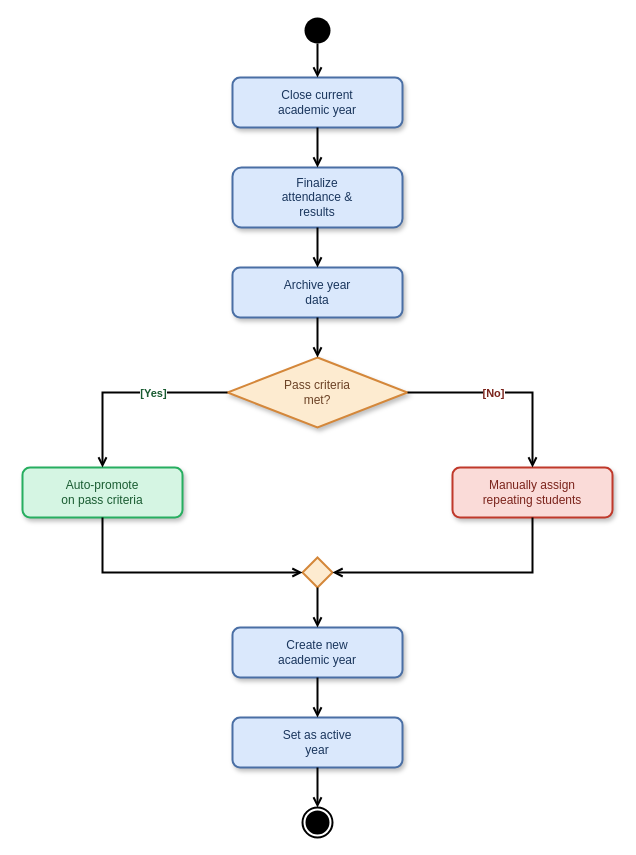
Before: design/activity-diagrams/academic-year-activity.drawio in blissed-out/cse_220_week_8, a draw.io diagram. Source tidied: cells renumbered, new cells numbered last; positions are measured from the earlier drawing's top-left corner, leaving out a move shared by most shapes. Both pictures are drawn from the tidied source at 100%, with x=0, y=0 at pixel (22, 17).
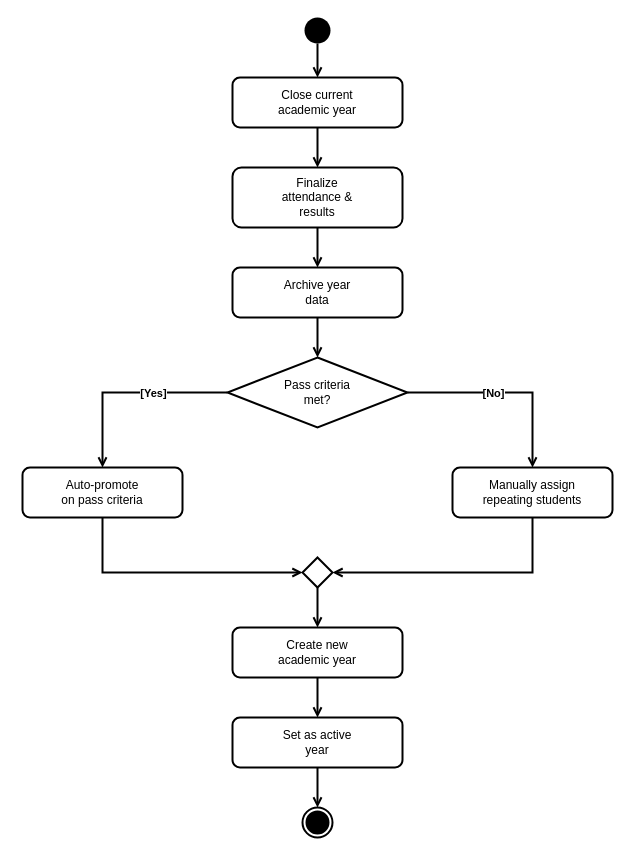
The same diagram, later.

The edit, as a diff of the source:
```diff
@@
-    <mxCell id="3" value="Close current&#10;academic year" style="rounded=1;whiteSpace=wrap;html=1;fillColor=#DAE8FC;strokeColor=#4A6FA5;fontSize=12;shadow=1;strokeWidth=2;fontColor=#1A365D;" parent="1" vertex="1">
+    <mxCell id="3" value="Close current&#10;academic year" style="rounded=1;whiteSpace=wrap;html=1;fillColor=#ffffff;strokeColor=#000000;fontSize=12;strokeWidth=2;fontColor=#000000;" parent="1" vertex="1">
       <mxGeometry x="210" y="60" width="170" height="50" as="geometry" />
     </mxCell>
-    <mxCell id="4" value="Finalize&#10;attendance &amp;&#10;results" style="rounded=1;whiteSpace=wrap;html=1;fillColor=#DAE8FC;strokeColor=#4A6FA5;fontSize=12;shadow=1;strokeWidth=2;fontColor=#1A365D;" parent="1" vertex="1">
+    <mxCell id="4" value="Finalize&#10;attendance &amp;&#10;results" style="rounded=1;whiteSpace=wrap;html=1;fillColor=#ffffff;strokeColor=#000000;fontSize=12;strokeWidth=2;fontColor=#000000;" parent="1" vertex="1">
       <mxGeometry x="210" y="150" width="170" height="60" as="geometry" />
     </mxCell>
-    <mxCell id="5" value="Archive year&#10;data" style="rounded=1;whiteSpace=wrap;html=1;fillColor=#DAE8FC;strokeColor=#4A6FA5;fontSize=12;shadow=1;strokeWidth=2;fontColor=#1A365D;" parent="1" vertex="1">
+    <mxCell id="5" value="Archive year&#10;data" style="rounded=1;whiteSpace=wrap;html=1;fillColor=#ffffff;strokeColor=#000000;fontSize=12;strokeWidth=2;fontColor=#000000;" parent="1" vertex="1">
       <mxGeometry x="210" y="250" width="170" height="50" as="geometry" />
     </mxCell>
-    <mxCell id="6" value="Pass criteria&#10;met?" style="shape=rhombus;whiteSpace=wrap;html=1;fillColor=#FDEBD0;strokeColor=#D4873A;fontSize=12;shadow=1;strokeWidth=2;fontColor=#6B4226;" parent="1" vertex="1">
+    <mxCell id="6" value="Pass criteria&#10;met?" style="shape=rhombus;whiteSpace=wrap;html=1;fillColor=#ffffff;strokeColor=#000000;fontSize=12;strokeWidth=2;fontColor=#000000;" parent="1" vertex="1">
       <mxGeometry x="205" y="340" width="180" height="70" as="geometry" />
     </mxCell>
-    <mxCell id="7" value="Auto-promote&#10;on pass criteria" style="rounded=1;whiteSpace=wrap;html=1;fillColor=#D5F5E3;strokeColor=#27AE60;fontSize=12;shadow=1;strokeWidth=2;fontColor=#1A5C32;" parent="1" vertex="1">
+    <mxCell id="7" value="Auto-promote&#10;on pass criteria" style="rounded=1;whiteSpace=wrap;html=1;fillColor=#ffffff;strokeColor=#000000;fontSize=12;strokeWidth=2;fontColor=#000000;" parent="1" vertex="1">
       <mxGeometry y="450" width="160" height="50" as="geometry" />
     </mxCell>
-    <mxCell id="8" value="Manually assign&#10;repeating students" style="rounded=1;whiteSpace=wrap;html=1;fillColor=#FADBD8;strokeColor=#C0392B;fontSize=12;shadow=1;strokeWidth=2;fontColor=#7B241C;" parent="1" vertex="1">
+    <mxCell id="8" value="Manually assign&#10;repeating students" style="rounded=1;whiteSpace=wrap;html=1;fillColor=#ffffff;strokeColor=#000000;fontSize=12;strokeWidth=2;fontColor=#000000;" parent="1" vertex="1">
       <mxGeometry x="430" y="450" width="160" height="50" as="geometry" />
     </mxCell>
-    <mxCell id="9" style="shape=rhombus;whiteSpace=wrap;html=1;fillColor=#FDEBD0;strokeColor=#D4873A;strokeWidth=2;" parent="1" vertex="1">
+    <mxCell id="9" style="shape=rhombus;whiteSpace=wrap;html=1;fillColor=#ffffff;strokeColor=#000000;strokeWidth=2;" parent="1" vertex="1">
       <mxGeometry x="280" y="540" width="30" height="30" as="geometry" />
     </mxCell>
-    <mxCell id="10" value="Create new&#10;academic year" style="rounded=1;whiteSpace=wrap;html=1;fillColor=#DAE8FC;strokeColor=#4A6FA5;fontSize=12;shadow=1;strokeWidth=2;fontColor=#1A365D;" parent="1" vertex="1">
+    <mxCell id="10" value="Create new&#10;academic year" style="rounded=1;whiteSpace=wrap;html=1;fillColor=#ffffff;strokeColor=#000000;fontSize=12;strokeWidth=2;fontColor=#000000;" parent="1" vertex="1">
       <mxGeometry x="210" y="610" width="170" height="50" as="geometry" />
     </mxCell>
-    <mxCell id="11" value="Set as active&#10;year" style="rounded=1;whiteSpace=wrap;html=1;fillColor=#DAE8FC;strokeColor=#4A6FA5;fontSize=12;shadow=1;strokeWidth=2;fontColor=#1A365D;" parent="1" vertex="1">
+    <mxCell id="11" value="Set as active&#10;year" style="rounded=1;whiteSpace=wrap;html=1;fillColor=#ffffff;strokeColor=#000000;fontSize=12;strokeWidth=2;fontColor=#000000;" parent="1" vertex="1">
       <mxGeometry x="210" y="700" width="170" height="50" as="geometry" />
     </mxCell>
@@
-    <mxCell id="13" style="endArrow=open;endFill=0;html=1;rounded=0;fontSize=10;strokeWidth=2;" parent="1" edge="1">
+    <mxCell id="13" style="endArrow=open;endFill=0;html=1;rounded=0;fontSize=10;strokeWidth=2;strokeColor=#000000;" parent="1" edge="1">
       <mxGeometry as="geometry">
         <mxPoint x="295" y="26" as="sourcePoint" />
         <mxPoint x="295" y="60" as="targetPoint" />
       </mxGeometry>
     </mxCell>
-    <mxCell id="14" style="endArrow=open;endFill=0;html=1;rounded=0;fontSize=10;strokeWidth=2;" parent="1" edge="1">
+    <mxCell id="14" style="endArrow=open;endFill=0;html=1;rounded=0;fontSize=10;strokeWidth=2;strokeColor=#000000;" parent="1" edge="1">
       <mxGeometry as="geometry">
         <mxPoint x="295" y="110" as="sourcePoint" />
         <mxPoint x="295" y="150" as="targetPoint" />
       </mxGeometry>
     </mxCell>
-    <mxCell id="15" style="endArrow=open;endFill=0;html=1;rounded=0;fontSize=10;strokeWidth=2;" parent="1" edge="1">
+    <mxCell id="15" style="endArrow=open;endFill=0;html=1;rounded=0;fontSize=10;strokeWidth=2;strokeColor=#000000;" parent="1" edge="1">
       <mxGeometry as="geometry">
         <mxPoint x="295" y="210" as="sourcePoint" />
         <mxPoint x="295" y="250" as="targetPoint" />
       </mxGeometry>
     </mxCell>
-    <mxCell id="16" style="endArrow=open;endFill=0;html=1;rounded=0;fontSize=10;strokeWidth=2;" parent="1" edge="1">
+    <mxCell id="16" style="endArrow=open;endFill=0;html=1;rounded=0;fontSize=10;strokeWidth=2;strokeColor=#000000;" parent="1" edge="1">
       <mxGeometry as="geometry">
         <mxPoint x="295" y="300" as="sourcePoint" />
         <mxPoint x="295" y="340" as="targetPoint" />
       </mxGeometry>
     </mxCell>
-    <mxCell id="17" value="[Yes]" style="endArrow=open;endFill=0;html=1;rounded=0;fontSize=11;fontColor=#1A5C32;fontStyle=1;strokeWidth=2;" parent="1" edge="1">
+    <mxCell id="17" value="[Yes]" style="endArrow=open;endFill=0;html=1;rounded=0;fontSize=11;fontColor=#000000;fontStyle=1;strokeWidth=2;strokeColor=#000000;" parent="1" edge="1">
       <mxGeometry as="geometry">
         <mxPoint x="205" y="375" as="sourcePoint" />
         <mxPoint x="80" y="450" as="targetPoint" />
         <Array as="points">
           <mxPoint x="80" y="375" />
         </Array>
         <mxPoint x="-12" y="-37" as="offset" />
       </mxGeometry>
     </mxCell>
-    <mxCell id="18" value="[No]" style="endArrow=open;endFill=0;html=1;rounded=0;fontSize=11;fontColor=#7B241C;fontStyle=1;strokeWidth=2;" parent="1" edge="1">
+    <mxCell id="18" value="[No]" style="endArrow=open;endFill=0;html=1;rounded=0;fontSize=11;fontColor=#000000;fontStyle=1;strokeWidth=2;strokeColor=#000000;" parent="1" edge="1">
       <mxGeometry as="geometry">
         <mxPoint x="385" y="375" as="sourcePoint" />
         <mxPoint x="510" y="450" as="targetPoint" />
         <Array as="points">
           <mxPoint x="510" y="375" />
         </Array>
         <mxPoint x="23" y="-37" as="offset" />
       </mxGeometry>
     </mxCell>
-    <mxCell id="19" style="endArrow=open;endFill=0;html=1;rounded=0;fontSize=10;strokeWidth=2;" parent="1" edge="1">
+    <mxCell id="19" style="endArrow=open;endFill=0;html=1;rounded=0;fontSize=10;strokeWidth=2;strokeColor=#000000;" parent="1" edge="1">
       <mxGeometry as="geometry">
         <mxPoint x="80" y="500" as="sourcePoint" />
         <mxPoint x="280" y="555" as="targetPoint" />
         <Array as="points">
           <mxPoint x="80" y="555" />
         </Array>
       </mxGeometry>
     </mxCell>
-    <mxCell id="20" style="endArrow=open;endFill=0;html=1;rounded=0;fontSize=10;strokeWidth=2;" parent="1" edge="1">
+    <mxCell id="20" style="endArrow=open;endFill=0;html=1;rounded=0;fontSize=10;strokeWidth=2;strokeColor=#000000;" parent="1" edge="1">
       <mxGeometry as="geometry">
         <mxPoint x="510" y="500" as="sourcePoint" />
         <mxPoint x="310" y="555" as="targetPoint" />
         <Array as="points">
           <mxPoint x="510" y="555" />
         </Array>
       </mxGeometry>
     </mxCell>
-    <mxCell id="21" style="endArrow=open;endFill=0;html=1;rounded=0;fontSize=10;strokeWidth=2;" parent="1" edge="1">
+    <mxCell id="21" style="endArrow=open;endFill=0;html=1;rounded=0;fontSize=10;strokeWidth=2;strokeColor=#000000;" parent="1" edge="1">
       <mxGeometry as="geometry">
         <mxPoint x="295" y="570" as="sourcePoint" />
         <mxPoint x="295" y="610" as="targetPoint" />
       </mxGeometry>
     </mxCell>
-    <mxCell id="22" style="endArrow=open;endFill=0;html=1;rounded=0;fontSize=10;strokeWidth=2;" parent="1" edge="1">
+    <mxCell id="22" style="endArrow=open;endFill=0;html=1;rounded=0;fontSize=10;strokeWidth=2;strokeColor=#000000;" parent="1" edge="1">
       <mxGeometry as="geometry">
         <mxPoint x="295" y="660" as="sourcePoint" />
         <mxPoint x="295" y="700" as="targetPoint" />
       </mxGeometry>
     </mxCell>
-    <mxCell id="23" style="endArrow=open;endFill=0;html=1;rounded=0;fontSize=10;strokeWidth=2;" parent="1" edge="1">
+    <mxCell id="23" style="endArrow=open;endFill=0;html=1;rounded=0;fontSize=10;strokeWidth=2;strokeColor=#000000;" parent="1" edge="1">
       <mxGeometry as="geometry">
         <mxPoint x="295" y="750" as="sourcePoint" />
         <mxPoint x="295" y="790" as="targetPoint" />
       </mxGeometry>
     </mxCell>
```
